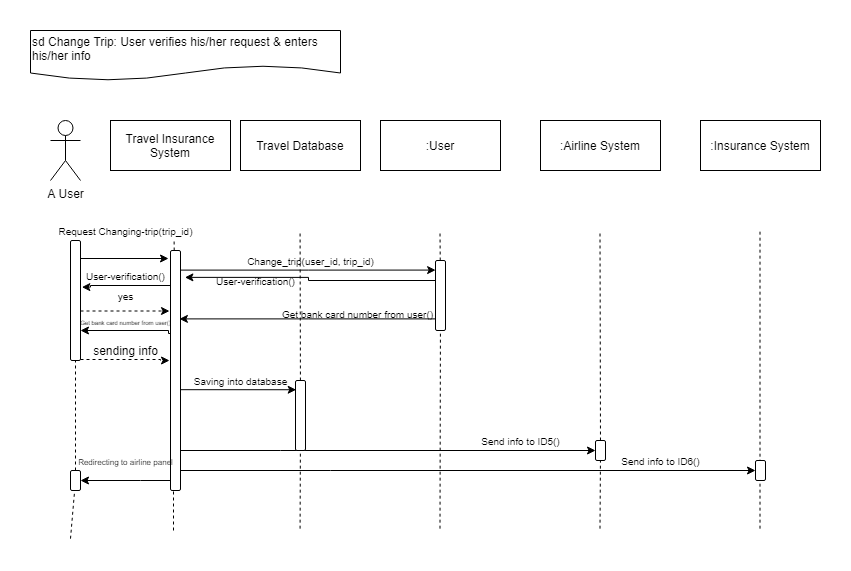
Above: Lab-07 (Sequence Diagram)/Change-Trip.png in travel-insurance-worker/SE1-Project-material (draw.io), before the change. Source tidied: cells renumbered, new cells last; positions are measured from the earlier drawing's top-left corner, leaving out a move shared by most shapes. The source it was exported from:
```xml
<mxGraphModel>
  <root>
    <mxCell id="0" />
    <mxCell id="1" parent="0" />
    <mxCell id="2" value="A User" style="shape=umlActor;verticalLabelPosition=bottom;labelBackgroundColor=#ffffff;verticalAlign=top;html=1;" parent="1" vertex="1">
      <mxGeometry x="20" y="90" width="30" height="60" as="geometry" />
    </mxCell>
    <mxCell id="3" style="endArrow=none;dashed=1;html=1;" parent="1" edge="1" source="17">
      <mxGeometry relative="1" as="geometry">
        <mxPoint x="40" y="210" as="targetPoint" />
      </mxGeometry>
    </mxCell>
    <mxCell id="4" style="endArrow=none;dashed=1;html=1;entryX=0.824;entryY=0.987;entryDx=0;entryDy=0;entryPerimeter=0;" parent="1" edge="1" source="26" target="12">
      <mxGeometry relative="1" as="geometry" />
    </mxCell>
    <mxCell id="5" value="sd Change Trip: User verifies his/her request &amp;amp; enters his/her info&amp;nbsp;" style="shape=document;whiteSpace=wrap;html=1;boundedLbl=1;align=left;" parent="1" vertex="1">
      <mxGeometry width="310" height="50" as="geometry" />
    </mxCell>
    <mxCell id="6" value=":User" style="rounded=0;whiteSpace=wrap;html=1;" parent="1" vertex="1">
      <mxGeometry x="350" y="90" width="120" height="50" as="geometry" />
    </mxCell>
    <mxCell id="7" value=":Airline System" style="rounded=0;whiteSpace=wrap;html=1;" parent="1" vertex="1">
      <mxGeometry x="510" y="90" width="120" height="50" as="geometry" />
    </mxCell>
    <mxCell id="8" value=":Insurance System" style="rounded=0;whiteSpace=wrap;html=1;" parent="1" vertex="1">
      <mxGeometry x="670" y="90" width="120" height="50" as="geometry" />
    </mxCell>
    <mxCell id="9" style="endArrow=none;dashed=1;html=1;" parent="1" edge="1" source="32">
      <mxGeometry relative="1" as="geometry">
        <mxPoint x="409.5" y="200" as="targetPoint" />
      </mxGeometry>
    </mxCell>
    <mxCell id="10" style="endArrow=none;dashed=1;html=1;" parent="1" edge="1" source="36">
      <mxGeometry relative="1" as="geometry">
        <mxPoint x="569.5" y="200" as="targetPoint" />
      </mxGeometry>
    </mxCell>
    <mxCell id="11" style="endArrow=none;dashed=1;html=1;" parent="1" edge="1">
      <mxGeometry relative="1" as="geometry">
        <mxPoint x="729.5" y="498.2" as="sourcePoint" />
        <mxPoint x="729.5" y="200" as="targetPoint" />
      </mxGeometry>
    </mxCell>
    <mxCell id="12" value="&lt;font style=&quot;font-size: 10px&quot;&gt;Request Changing-trip(trip_id)&lt;/font&gt;" style="text;html=1;align=center;verticalAlign=middle;points=[];" parent="1" vertex="1">
      <mxGeometry x="20" y="190" width="150" height="20" as="geometry" />
    </mxCell>
    <mxCell id="13" value="Travel Database" style="rounded=0;whiteSpace=wrap;html=1;" parent="1" vertex="1">
      <mxGeometry x="210" y="90" width="120" height="50" as="geometry" />
    </mxCell>
    <mxCell id="14" style="edgeStyle=orthogonalEdgeStyle;rounded=0;jettySize=auto;html=1;exitX=0.25;exitY=0;exitDx=0;exitDy=0;" parent="1" edge="1" source="17">
      <mxGeometry relative="1" as="geometry">
        <mxPoint x="138" y="228" as="targetPoint" />
        <Array as="points">
          <mxPoint x="50" y="228" />
        </Array>
      </mxGeometry>
    </mxCell>
    <mxCell id="15" style="edgeStyle=orthogonalEdgeStyle;rounded=0;jettySize=auto;html=1;endArrow=classic;endFill=1;entryX=0.9;entryY=0.027;entryDx=0;entryDy=0;dashed=1;entryPerimeter=0;" parent="1" edge="1" source="17" target="38">
      <mxGeometry relative="1" as="geometry">
        <Array as="points">
          <mxPoint x="130" y="280" />
        </Array>
      </mxGeometry>
    </mxCell>
    <mxCell id="16" style="edgeStyle=orthogonalEdgeStyle;rounded=0;jettySize=auto;html=1;endArrow=classic;endFill=1;dashed=1;" parent="1" edge="1" source="17">
      <mxGeometry relative="1" as="geometry">
        <mxPoint x="139" y="330" as="targetPoint" />
        <Array as="points">
          <mxPoint x="130" y="329" />
          <mxPoint x="139" y="330" />
        </Array>
      </mxGeometry>
    </mxCell>
    <mxCell id="17" style="rounded=1;whiteSpace=wrap;html=1;direction=south;" parent="1" vertex="1">
      <mxGeometry x="40" y="210" width="10" height="120" as="geometry" />
    </mxCell>
    <mxCell id="18" style="endArrow=none;dashed=1;html=1;" parent="1" edge="1" source="50" target="17">
      <mxGeometry relative="1" as="geometry" />
    </mxCell>
    <mxCell id="19" style="edgeStyle=orthogonalEdgeStyle;rounded=0;jettySize=auto;html=1;entryX=0.015;entryY=1.081;entryDx=0;entryDy=0;entryPerimeter=0;endArrow=classic;endFill=1;" parent="1" edge="1" source="26" target="34">
      <mxGeometry relative="1" as="geometry">
        <Array as="points">
          <mxPoint x="60" y="255" />
          <mxPoint x="60" y="257" />
        </Array>
      </mxGeometry>
    </mxCell>
    <mxCell id="20" style="edgeStyle=orthogonalEdgeStyle;rounded=0;jettySize=auto;html=1;entryX=0.75;entryY=0;entryDx=0;entryDy=0;endArrow=classic;endFill=1;exitX=0.553;exitY=0.911;exitDx=0;exitDy=0;exitPerimeter=0;" parent="1" edge="1" source="26" target="17">
      <mxGeometry relative="1" as="geometry">
        <Array as="points">
          <mxPoint x="138" y="303" />
          <mxPoint x="138" y="300" />
        </Array>
      </mxGeometry>
    </mxCell>
    <mxCell id="21" style="edgeStyle=orthogonalEdgeStyle;rounded=0;jettySize=auto;html=1;entryX=0.137;entryY=0.989;entryDx=0;entryDy=0;entryPerimeter=0;endArrow=classic;endFill=1;" parent="1" edge="1" source="26" target="32">
      <mxGeometry relative="1" as="geometry">
        <Array as="points">
          <mxPoint x="278" y="240" />
        </Array>
      </mxGeometry>
    </mxCell>
    <mxCell id="22" style="edgeStyle=orthogonalEdgeStyle;rounded=0;jettySize=auto;html=1;entryX=0.132;entryY=0.931;entryDx=0;entryDy=0;entryPerimeter=0;endArrow=classic;endFill=1;exitX=0.913;exitY=0.089;exitDx=0;exitDy=0;exitPerimeter=0;" parent="1" edge="1" source="26" target="40">
      <mxGeometry relative="1" as="geometry">
        <Array as="points">
          <mxPoint x="149" y="359" />
        </Array>
      </mxGeometry>
    </mxCell>
    <mxCell id="23" style="edgeStyle=orthogonalEdgeStyle;rounded=0;jettySize=auto;html=1;entryX=0.5;entryY=1;entryDx=0;entryDy=0;endArrow=classic;endFill=1;" parent="1" edge="1" source="26" target="36">
      <mxGeometry relative="1" as="geometry">
        <Array as="points">
          <mxPoint x="250" y="420" />
          <mxPoint x="250" y="420" />
        </Array>
      </mxGeometry>
    </mxCell>
    <mxCell id="24" style="edgeStyle=orthogonalEdgeStyle;rounded=0;jettySize=auto;html=1;entryX=0.5;entryY=1;entryDx=0;entryDy=0;endArrow=classic;endFill=1;" parent="1" edge="1" source="26" target="43">
      <mxGeometry relative="1" as="geometry">
        <Array as="points">
          <mxPoint x="300" y="440" />
          <mxPoint x="300" y="440" />
        </Array>
      </mxGeometry>
    </mxCell>
    <mxCell id="25" style="edgeStyle=orthogonalEdgeStyle;rounded=0;jettySize=auto;html=1;entryX=0.5;entryY=0;entryDx=0;entryDy=0;" parent="1" edge="1" source="26" target="50">
      <mxGeometry relative="1" as="geometry">
        <Array as="points">
          <mxPoint x="110" y="450" />
          <mxPoint x="110" y="450" />
        </Array>
      </mxGeometry>
    </mxCell>
    <mxCell id="26" style="rounded=1;whiteSpace=wrap;html=1;direction=south;" parent="1" vertex="1">
      <mxGeometry x="140" y="220" width="10" height="240" as="geometry" />
    </mxCell>
    <mxCell id="27" style="endArrow=none;dashed=1;html=1;" parent="1" edge="1">
      <mxGeometry relative="1" as="geometry">
        <mxPoint x="143" y="500" as="sourcePoint" />
        <mxPoint x="143" y="460" as="targetPoint" />
      </mxGeometry>
    </mxCell>
    <mxCell id="28" style="endArrow=none;dashed=1;html=1;" parent="1" edge="1" source="40">
      <mxGeometry relative="1" as="geometry">
        <mxPoint x="269.6" y="200" as="targetPoint" />
      </mxGeometry>
    </mxCell>
    <mxCell id="29" value="&lt;font style=&quot;font-size: 10px&quot;&gt;Change_trip(user_id, trip_id)&lt;/font&gt;" style="text;html=1;align=center;verticalAlign=middle;" parent="1" vertex="1">
      <mxGeometry x="210" y="220" width="140" height="20" as="geometry" />
    </mxCell>
    <mxCell id="30" style="edgeStyle=orthogonalEdgeStyle;rounded=0;jettySize=auto;html=1;entryX=0.112;entryY=-0.441;entryDx=0;entryDy=0;entryPerimeter=0;" parent="1" edge="1" source="32" target="26">
      <mxGeometry relative="1" as="geometry">
        <Array as="points">
          <mxPoint x="278" y="250" />
          <mxPoint x="278" y="247" />
        </Array>
      </mxGeometry>
    </mxCell>
    <mxCell id="31" style="edgeStyle=orthogonalEdgeStyle;rounded=0;jettySize=auto;html=1;entryX=0.285;entryY=0.11;entryDx=0;entryDy=0;entryPerimeter=0;" parent="1" edge="1" source="32" target="26">
      <mxGeometry relative="1" as="geometry">
        <Array as="points">
          <mxPoint x="278" y="288" />
        </Array>
      </mxGeometry>
    </mxCell>
    <mxCell id="32" style="rounded=1;whiteSpace=wrap;html=1;direction=south;" parent="1" vertex="1">
      <mxGeometry x="405" y="230" width="10" height="70" as="geometry" />
    </mxCell>
    <mxCell id="33" style="endArrow=none;dashed=1;html=1;" parent="1" edge="1" target="32">
      <mxGeometry relative="1" as="geometry">
        <mxPoint x="409.5" y="498.2" as="sourcePoint" />
      </mxGeometry>
    </mxCell>
    <mxCell id="34" value="&lt;font style=&quot;font-size: 10px&quot;&gt;User-verification()&lt;/font&gt;" style="text;html=1;align=center;verticalAlign=middle;points=[];" parent="1" vertex="1">
      <mxGeometry x="50" y="235" width="90" height="20" as="geometry" />
    </mxCell>
    <mxCell id="35" value="&lt;font style=&quot;font-size: 10px&quot;&gt;yes&lt;/font&gt;" style="text;html=1;align=center;verticalAlign=middle;" parent="1" vertex="1">
      <mxGeometry x="80" y="255" width="30" height="20" as="geometry" />
    </mxCell>
    <mxCell id="36" style="rounded=1;whiteSpace=wrap;html=1;direction=south;" parent="1" vertex="1">
      <mxGeometry x="565" y="410" width="10" height="20" as="geometry" />
    </mxCell>
    <mxCell id="37" style="endArrow=none;dashed=1;html=1;" parent="1" edge="1" target="36">
      <mxGeometry relative="1" as="geometry">
        <mxPoint x="569.5" y="498.2" as="sourcePoint" />
      </mxGeometry>
    </mxCell>
    <mxCell id="38" value="&lt;span style=&quot;text-align: left&quot;&gt;&lt;font style=&quot;font-size: 6px&quot;&gt;Get bank card number from user()&lt;/font&gt;&lt;/span&gt;" style="text;html=1;align=center;verticalAlign=middle;points=[];" parent="1" vertex="1">
      <mxGeometry x="40" y="280" width="110" height="20" as="geometry" />
    </mxCell>
    <mxCell id="39" value="sending info" style="text;html=1;align=center;verticalAlign=middle;" parent="1" vertex="1">
      <mxGeometry x="55" y="310" width="80" height="20" as="geometry" />
    </mxCell>
    <mxCell id="40" style="rounded=1;whiteSpace=wrap;html=1;direction=south;" parent="1" vertex="1">
      <mxGeometry x="265" y="350" width="10" height="70" as="geometry" />
    </mxCell>
    <mxCell id="41" style="endArrow=none;dashed=1;html=1;" parent="1" edge="1" target="40">
      <mxGeometry relative="1" as="geometry">
        <mxPoint x="269.6" y="498.2" as="sourcePoint" />
      </mxGeometry>
    </mxCell>
    <mxCell id="42" value="&lt;span style=&quot;font-size: 10px&quot;&gt;Saving into database&lt;/span&gt;" style="text;html=1;align=center;verticalAlign=middle;" parent="1" vertex="1">
      <mxGeometry x="155" y="340" width="110" height="20" as="geometry" />
    </mxCell>
    <mxCell id="43" style="rounded=1;whiteSpace=wrap;html=1;direction=south;" parent="1" vertex="1">
      <mxGeometry x="725" y="430" width="10" height="20" as="geometry" />
    </mxCell>
    <mxCell id="44" value="&lt;font style=&quot;font-size: 10px&quot;&gt;Send info to ID5()&lt;/font&gt;" style="text;html=1;align=center;verticalAlign=middle;" parent="1" vertex="1">
      <mxGeometry x="445" y="400" width="90" height="20" as="geometry" />
    </mxCell>
    <mxCell id="45" value="&lt;font style=&quot;font-size: 10px&quot;&gt;Send info to ID6()&lt;/font&gt;" style="text;html=1;align=center;verticalAlign=middle;" parent="1" vertex="1">
      <mxGeometry x="585" y="420" width="90" height="20" as="geometry" />
    </mxCell>
    <mxCell id="46" value="Text" style="text;html=1;align=center;verticalAlign=middle;" parent="1" vertex="1">
      <mxGeometry x="116" y="117" width="40" height="20" as="geometry" />
    </mxCell>
    <mxCell id="47" value="Travel Insurance System" style="rounded=0;whiteSpace=wrap;html=1;" parent="1" vertex="1">
      <mxGeometry x="80" y="90" width="120" height="50" as="geometry" />
    </mxCell>
    <mxCell id="48" value="&lt;font style=&quot;font-size: 10px&quot;&gt;User-verification()&lt;/font&gt;" style="text;html=1;align=center;verticalAlign=middle;" parent="1" vertex="1">
      <mxGeometry x="180" y="240" width="90" height="20" as="geometry" />
    </mxCell>
    <mxCell id="49" value="&lt;font style=&quot;font-size: 10px&quot;&gt;Get bank card number from user()&lt;/font&gt;" style="text;html=1;align=center;verticalAlign=middle;" parent="1" vertex="1">
      <mxGeometry x="242" y="273" width="170" height="20" as="geometry" />
    </mxCell>
    <mxCell id="50" style="rounded=1;whiteSpace=wrap;html=1;direction=south;" parent="1" vertex="1">
      <mxGeometry x="40" y="440" width="10" height="20" as="geometry" />
    </mxCell>
    <mxCell id="51" style="endArrow=none;dashed=1;html=1;" parent="1" edge="1" target="50">
      <mxGeometry relative="1" as="geometry">
        <mxPoint x="40" y="508.2" as="sourcePoint" />
      </mxGeometry>
    </mxCell>
    <mxCell id="52" value="&lt;font style=&quot;font-size: 8px&quot;&gt;Redirecting to airline panel&lt;/font&gt;" style="text;html=1;align=center;verticalAlign=middle;" parent="1" vertex="1">
      <mxGeometry x="40" y="420" width="110" height="20" as="geometry" />
    </mxCell>
  </root>
</mxGraphModel>
```
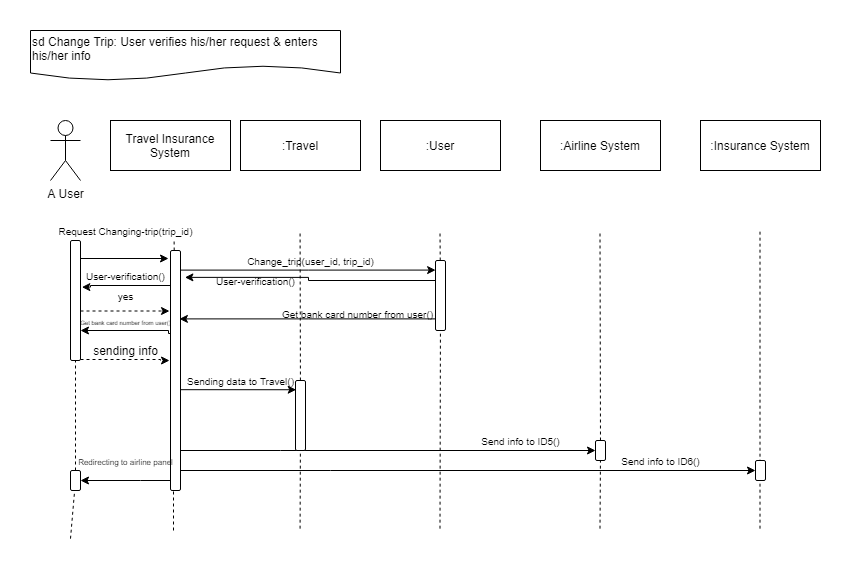
The same diagram one commit later.

Commit message:
Update the sequence diagram

Diff of the diagram source:
```diff
@@ -44,7 +44,7 @@
     <mxCell id="12" value="&lt;font style=&quot;font-size: 10px&quot;&gt;Request Changing-trip(trip_id)&lt;/font&gt;" style="text;html=1;align=center;verticalAlign=middle;points=[];" parent="1" vertex="1">
       <mxGeometry x="20" y="190" width="150" height="20" as="geometry" />
     </mxCell>
-    <mxCell id="13" value="Travel Database" style="rounded=0;whiteSpace=wrap;html=1;" parent="1" vertex="1">
+    <mxCell id="13" value=":Travel" style="rounded=0;whiteSpace=wrap;html=1;" parent="1" vertex="1">
       <mxGeometry x="210" y="90" width="120" height="50" as="geometry" />
     </mxCell>
     <mxCell id="14" style="edgeStyle=orthogonalEdgeStyle;rounded=0;jettySize=auto;html=1;exitX=0.25;exitY=0;exitDx=0;exitDy=0;" parent="1" edge="1" source="17">
@@ -199,8 +199,8 @@
         <mxPoint x="269.6" y="498.2" as="sourcePoint" />
       </mxGeometry>
     </mxCell>
-    <mxCell id="42" value="&lt;span style=&quot;font-size: 10px&quot;&gt;Saving into database&lt;/span&gt;" style="text;html=1;align=center;verticalAlign=middle;" parent="1" vertex="1">
-      <mxGeometry x="155" y="340" width="110" height="20" as="geometry" />
+    <mxCell id="42" value="&lt;span style=&quot;font-size: 10px&quot;&gt;Sending data to Travel()&lt;/span&gt;" style="text;html=1;align=center;verticalAlign=middle;" parent="1" vertex="1">
+      <mxGeometry x="150" y="340" width="120" height="20" as="geometry" />
     </mxCell>
     <mxCell id="43" style="rounded=1;whiteSpace=wrap;html=1;direction=south;" parent="1" vertex="1">
       <mxGeometry x="725" y="430" width="10" height="20" as="geometry" />
```
